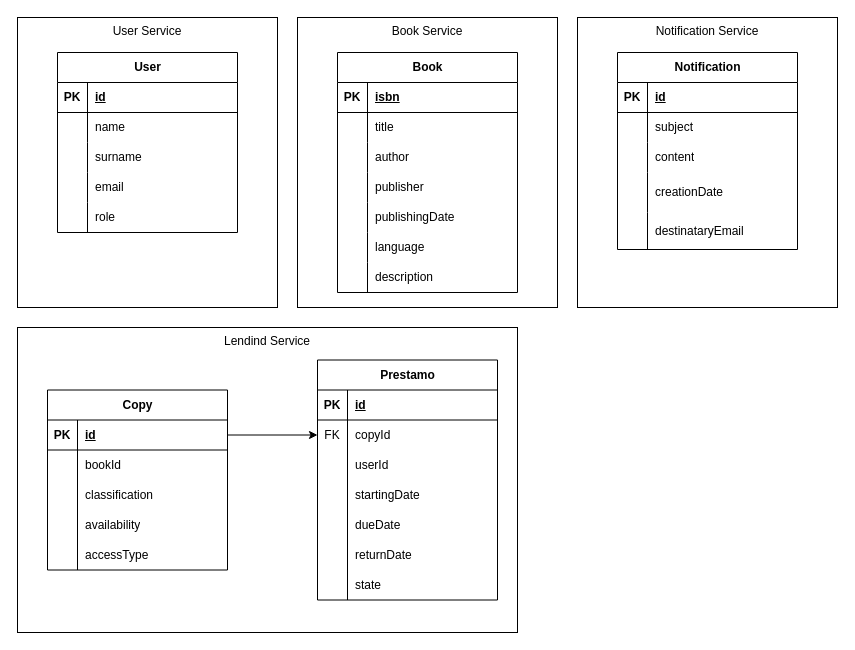
Before: Docs/entities.drawio in JavierGHDev/library-microservices, a draw.io diagram. Source tidied: cells renumbered, new cells numbered last; positions are measured from the earlier drawing's top-left corner, leaving out a move shared by most shapes. Both pictures are drawn from the tidied source at 100%, with x=0, y=0 at pixel (17, 17).
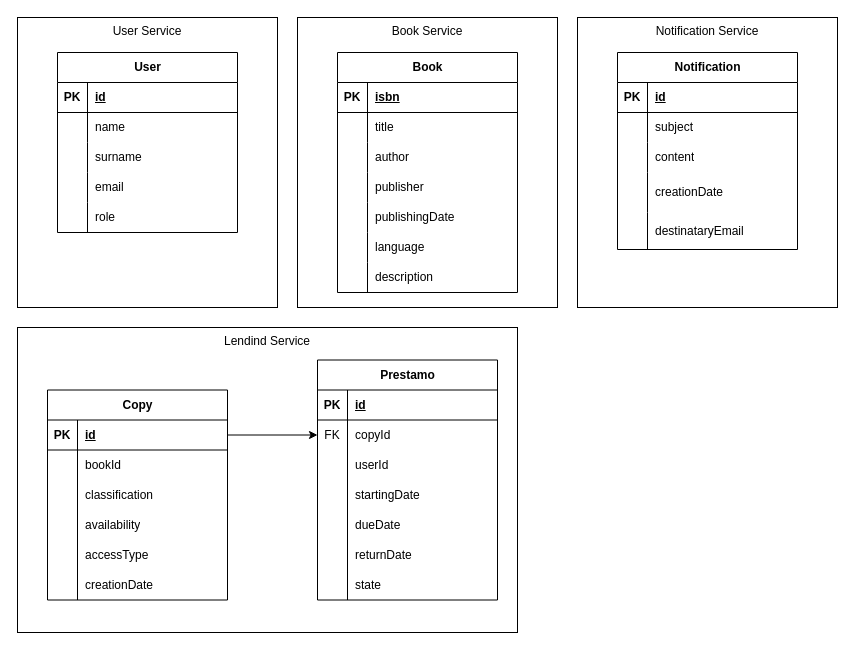
The same diagram, later.

Commit message (it also covers changes not shown here):
Replaced old entities.drawio

The change refers to these unchanged cells:
```xml
<mxCell id="2" style="group;" parent="1" vertex="1">
  <mxGeometry y="310" width="500" height="305" as="geometry" />
</mxCell>
```

What changed in the source:
```diff
@@
     <mxCell id="4" value="Copy" style="shape=table;startSize=30;childLayout=tableLayout;rowLines=0;fontStyle=1;align=center;html=1;" parent="2" vertex="1">
-      <mxGeometry x="30" y="62.5" width="180" height="180" as="geometry" />
+      <mxGeometry x="30" y="62.5" width="180" height="210" as="geometry" />
     </mxCell>
@@
+    <mxCell id="103" style="shape=tableRow;horizontal=0;startSize=0;swimlaneHead=0;swimlaneBody=0;fillColor=none;top=0;left=0;right=0;bottom=0;" parent="4" vertex="1">
+      <mxGeometry y="180" width="180" height="30" as="geometry" />
+    </mxCell>
+    <mxCell id="104" style="shape=partialRectangle;fillColor=none;top=0;left=0;bottom=0;right=0;overflow=hidden;whiteSpace=wrap;html=1;" parent="103" vertex="1">
+      <mxGeometry width="30" height="30" as="geometry" />
+    </mxCell>
+    <mxCell id="105" value="creationDate" style="shape=partialRectangle;fillColor=none;top=0;left=0;bottom=0;right=0;align=left;spacingLeft=6;overflow=hidden;whiteSpace=wrap;html=1;" parent="103" vertex="1">
+      <mxGeometry x="30" width="150" height="30" as="geometry" />
+    </mxCell>
```
